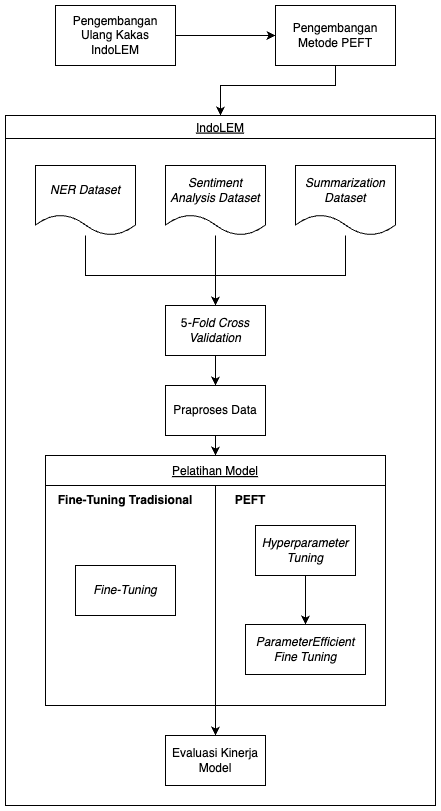
Above: src/resources/chapter-3/rancangan_solusi.png in apwic/indolem-peft-thesis (draw.io), before the change. Source tidied: cells renumbered, new cells last; positions are measured from the earlier drawing's top-left corner, leaving out a move shared by most shapes.
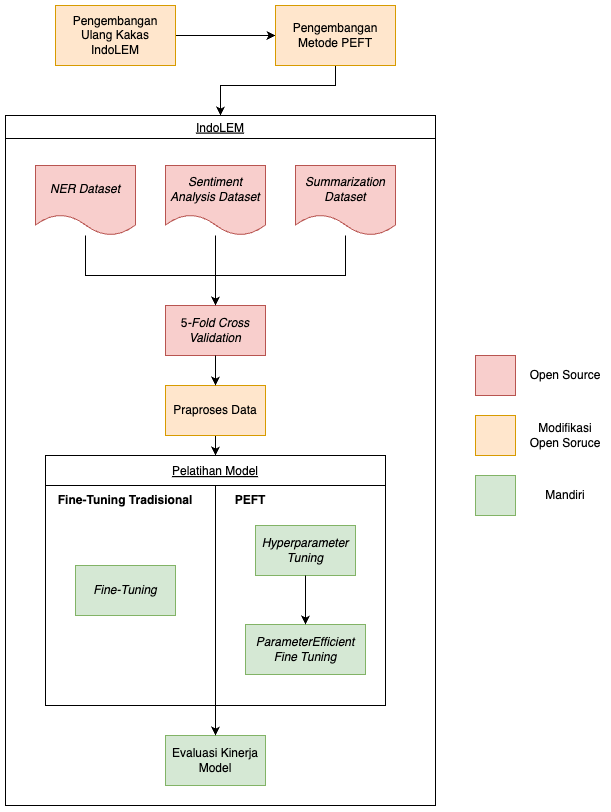
After the change.

Change to the diagram source:
```diff
@@ -5,13 +5,13 @@
     <mxCell id="2" value="IndoLEM" style="swimlane;fontStyle=4;" parent="1" vertex="1">
       <mxGeometry y="110" width="430" height="690" as="geometry" />
     </mxCell>
-    <mxCell id="3" value="5&lt;i&gt;-Fold Cross Validation&lt;/i&gt;" style="html=1;dashed=0;whiteSpace=wrap;" parent="2" vertex="1">
+    <mxCell id="3" value="5&lt;i&gt;-Fold Cross Validation&lt;/i&gt;" style="html=1;dashed=0;whiteSpace=wrap;fillColor=#f8cecc;strokeColor=#b85450;" parent="2" vertex="1">
       <mxGeometry x="160" y="190" width="100" height="50" as="geometry" />
     </mxCell>
     <mxCell id="4" style="edgeStyle=orthogonalEdgeStyle;rounded=0;jettySize=auto;html=1;entryX=0;entryY=0.5;entryDx=0;entryDy=0;" parent="1" edge="1" source="5" target="7">
       <mxGeometry relative="1" as="geometry" />
     </mxCell>
-    <mxCell id="5" value="Pengembangan Ulang Kakas IndoLEM" style="rounded=0;whiteSpace=wrap;html=1;" parent="1" vertex="1">
+    <mxCell id="5" value="Pengembangan Ulang Kakas IndoLEM" style="rounded=0;whiteSpace=wrap;html=1;fillColor=#ffe6cc;strokeColor=#d79b00;" parent="1" vertex="1">
       <mxGeometry x="50" width="120" height="60" as="geometry" />
     </mxCell>
     <mxCell id="6" style="edgeStyle=orthogonalEdgeStyle;rounded=0;jettySize=auto;html=1;exitX=0.5;exitY=1;exitDx=0;exitDy=0;entryX=0.5;entryY=0;entryDx=0;entryDy=0;" parent="1" edge="1" source="7" target="2">
@@ -22,22 +22,22 @@
         </Array>
       </mxGeometry>
     </mxCell>
-    <mxCell id="7" value="Pengembangan Metode PEFT" style="rounded=0;whiteSpace=wrap;html=1;" parent="1" vertex="1">
+    <mxCell id="7" value="Pengembangan Metode PEFT" style="rounded=0;whiteSpace=wrap;html=1;fillColor=#ffe6cc;strokeColor=#d79b00;" parent="1" vertex="1">
       <mxGeometry x="270" width="120" height="60" as="geometry" />
     </mxCell>
     <mxCell id="8" style="edgeStyle=orthogonalEdgeStyle;rounded=0;jettySize=auto;html=1;" parent="1" edge="1" source="9" target="20">
       <mxGeometry relative="1" as="geometry" />
     </mxCell>
-    <mxCell id="9" value="Praproses Data" style="html=1;dashed=0;whiteSpace=wrap;" parent="1" vertex="1">
+    <mxCell id="9" value="Praproses Data" style="html=1;dashed=0;whiteSpace=wrap;fillColor=#ffe6cc;strokeColor=#d79b00;" parent="1" vertex="1">
       <mxGeometry x="160" y="380" width="100" height="50" as="geometry" />
     </mxCell>
-    <mxCell id="10" value="Evaluasi Kinerja Model" style="html=1;dashed=0;whiteSpace=wrap;" parent="1" vertex="1">
+    <mxCell id="10" value="Evaluasi Kinerja Model" style="html=1;dashed=0;whiteSpace=wrap;fillColor=#d5e8d4;strokeColor=#82b366;" parent="1" vertex="1">
       <mxGeometry x="160" y="730" width="100" height="50" as="geometry" />
     </mxCell>
     <mxCell id="11" style="edgeStyle=orthogonalEdgeStyle;rounded=0;jettySize=auto;html=1;entryX=0.5;entryY=0;entryDx=0;entryDy=0;" parent="1" edge="1" source="12" target="3">
       <mxGeometry relative="1" as="geometry" />
     </mxCell>
-    <mxCell id="12" value="&lt;i&gt;Sentiment Analysis Dataset&lt;/i&gt;" style="shape=document;whiteSpace=wrap;html=1;boundedLbl=1;dashed=0;flipH=1;" parent="1" vertex="1">
+    <mxCell id="12" value="&lt;i&gt;Sentiment Analysis Dataset&lt;/i&gt;" style="shape=document;whiteSpace=wrap;html=1;boundedLbl=1;dashed=0;flipH=1;fillColor=#f8cecc;strokeColor=#b85450;" parent="1" vertex="1">
       <mxGeometry x="160" y="160" width="100" height="70" as="geometry" />
     </mxCell>
     <mxCell id="13" style="edgeStyle=orthogonalEdgeStyle;rounded=0;jettySize=auto;html=1;" parent="1" edge="1" source="14" target="3">
@@ -48,7 +48,7 @@
         </Array>
       </mxGeometry>
     </mxCell>
-    <mxCell id="14" value="&lt;i&gt;NER Dataset&lt;/i&gt;" style="shape=document;whiteSpace=wrap;html=1;boundedLbl=1;dashed=0;flipH=1;" parent="1" vertex="1">
+    <mxCell id="14" value="&lt;i&gt;NER Dataset&lt;/i&gt;" style="shape=document;whiteSpace=wrap;html=1;boundedLbl=1;dashed=0;flipH=1;fillColor=#f8cecc;strokeColor=#b85450;" parent="1" vertex="1">
       <mxGeometry x="30" y="160" width="100" height="70" as="geometry" />
     </mxCell>
     <mxCell id="15" style="edgeStyle=orthogonalEdgeStyle;rounded=0;jettySize=auto;html=1;" parent="1" edge="1" source="16" target="3">
@@ -59,7 +59,7 @@
         </Array>
       </mxGeometry>
     </mxCell>
-    <mxCell id="16" value="&lt;i&gt;Summarization Dataset&lt;/i&gt;" style="shape=document;whiteSpace=wrap;html=1;boundedLbl=1;dashed=0;flipH=1;" parent="1" vertex="1">
+    <mxCell id="16" value="&lt;i&gt;Summarization Dataset&lt;/i&gt;" style="shape=document;whiteSpace=wrap;html=1;boundedLbl=1;dashed=0;flipH=1;fillColor=#f8cecc;strokeColor=#b85450;" parent="1" vertex="1">
       <mxGeometry x="290" y="160" width="100" height="70" as="geometry" />
     </mxCell>
     <mxCell id="17" style="edgeStyle=orthogonalEdgeStyle;rounded=0;jettySize=auto;html=1;" parent="1" edge="1" source="3" target="9">
@@ -74,13 +74,13 @@
     <mxCell id="20" value="Pelatihan Model" style="swimlane;fontStyle=4;startSize=30;" parent="1" vertex="1">
       <mxGeometry x="40" y="450" width="340" height="250" as="geometry" />
     </mxCell>
-    <mxCell id="21" value="&lt;i&gt;Fine-Tuning&lt;/i&gt;" style="html=1;dashed=0;whiteSpace=wrap;" parent="20" vertex="1">
+    <mxCell id="21" value="&lt;i&gt;Fine-Tuning&lt;/i&gt;" style="html=1;dashed=0;whiteSpace=wrap;fillColor=#d5e8d4;strokeColor=#82b366;" parent="20" vertex="1">
       <mxGeometry x="30" y="110" width="100" height="50" as="geometry" />
     </mxCell>
-    <mxCell id="22" value="&lt;i&gt;Hyperparameter Tuning&lt;/i&gt;" style="html=1;dashed=0;whiteSpace=wrap;fontStyle=0;" parent="20" vertex="1">
+    <mxCell id="22" value="&lt;i&gt;Hyperparameter Tuning&lt;/i&gt;" style="html=1;dashed=0;whiteSpace=wrap;fontStyle=0;fillColor=#d5e8d4;strokeColor=#82b366;" parent="20" vertex="1">
       <mxGeometry x="210" y="70" width="100" height="50" as="geometry" />
     </mxCell>
-    <mxCell id="23" value="&lt;i&gt;ParameterEfficient Fine Tuning&lt;/i&gt;" style="html=1;dashed=0;whiteSpace=wrap;" parent="20" vertex="1">
+    <mxCell id="23" value="&lt;i&gt;ParameterEfficient Fine Tuning&lt;/i&gt;" style="html=1;dashed=0;whiteSpace=wrap;fillColor=#d5e8d4;strokeColor=#82b366;" parent="20" vertex="1">
       <mxGeometry x="200" y="169" width="120" height="50" as="geometry" />
     </mxCell>
     <mxCell id="24" style="edgeStyle=orthogonalEdgeStyle;rounded=0;jettySize=auto;html=1;" parent="20" edge="1" source="22" target="23">
@@ -92,5 +92,32 @@
     <mxCell id="26" value="&lt;b&gt;PEFT&lt;/b&gt;" style="text;html=1;align=center;verticalAlign=middle;whiteSpace=wrap;rounded=0;" parent="20" vertex="1">
       <mxGeometry x="170" y="30" width="70" height="30" as="geometry" />
     </mxCell>
+    <mxCell id="27" style="group;" parent="1" vertex="1">
+      <mxGeometry x="470" y="410" width="130" height="40" as="geometry" />
+    </mxCell>
+    <mxCell id="28" style="rounded=0;whiteSpace=wrap;html=1;fillColor=#ffe6cc;strokeColor=#d79b00;" parent="27" vertex="1">
+      <mxGeometry width="40" height="40" as="geometry" />
+    </mxCell>
+    <mxCell id="29" value="Modifikasi Open Soruce" style="text;html=1;align=center;verticalAlign=middle;whiteSpace=wrap;rounded=0;" parent="27" vertex="1">
+      <mxGeometry x="50" y="5" width="80" height="30" as="geometry" />
+    </mxCell>
+    <mxCell id="30" style="group;" parent="1" vertex="1">
+      <mxGeometry x="470" y="350" width="130" height="40" as="geometry" />
+    </mxCell>
+    <mxCell id="31" style="rounded=0;whiteSpace=wrap;html=1;fillColor=#f8cecc;strokeColor=#b85450;" parent="30" vertex="1">
+      <mxGeometry width="40" height="40" as="geometry" />
+    </mxCell>
+    <mxCell id="32" value="Open Source" style="text;html=1;align=center;verticalAlign=middle;whiteSpace=wrap;rounded=0;" parent="30" vertex="1">
+      <mxGeometry x="50" y="5" width="80" height="30" as="geometry" />
+    </mxCell>
+    <mxCell id="33" style="group;" parent="1" vertex="1">
+      <mxGeometry x="470" y="470" width="130" height="40" as="geometry" />
+    </mxCell>
+    <mxCell id="34" style="rounded=0;whiteSpace=wrap;html=1;fillColor=#d5e8d4;strokeColor=#82b366;" parent="33" vertex="1">
+      <mxGeometry width="40" height="40" as="geometry" />
+    </mxCell>
+    <mxCell id="35" value="Mandiri" style="text;html=1;align=center;verticalAlign=middle;whiteSpace=wrap;rounded=0;" parent="33" vertex="1">
+      <mxGeometry x="50" y="5" width="80" height="30" as="geometry" />
+    </mxCell>
   </root>
 </mxGraphModel>
```
